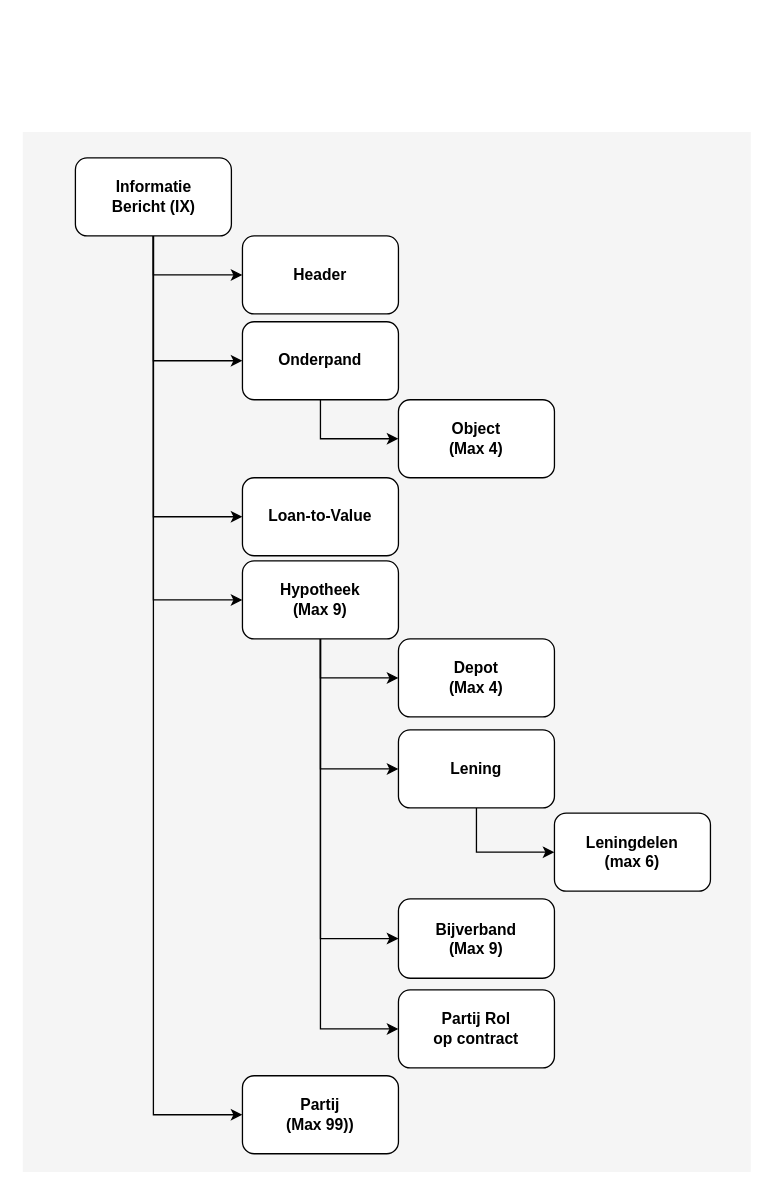
This is page "Voorstel" (5 of 20) of 3rdPartyDatasharing-HDN-IA-IX.drawio from luchthandel/diagrams, a draw.io file, before an edit. Source tidied: cells renumbered, new cells numbered last; positions are measured from the earlier drawing's top-left corner, leaving out a move shared by most shapes. Both pictures are drawn from the tidied source at 130%, with x=0, y=0 at pixel (22, 131).
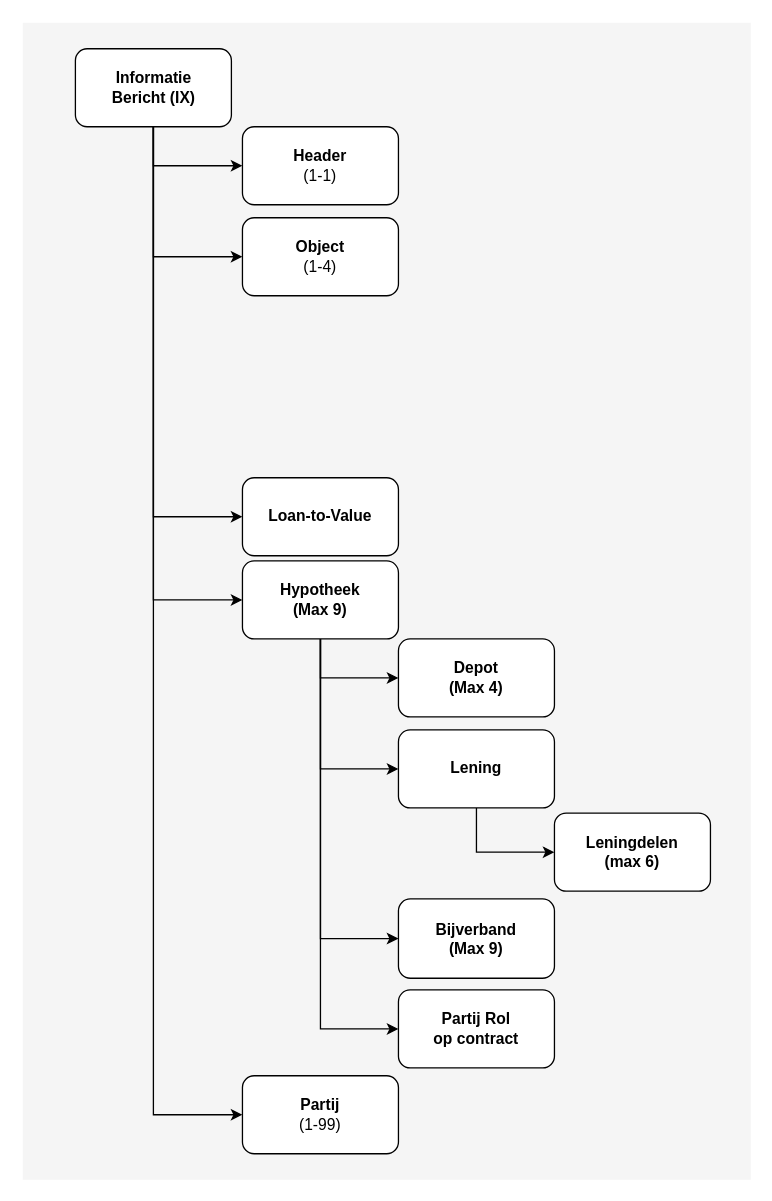
Above is the later version.

Diff of the diagram source:
```diff
@@
     <mxCell id="2" style="rounded=0;whiteSpace=wrap;html=1;fontSize=30;align=right;fillColor=#f5f5f5;strokeColor=none;fontColor=#333333;" parent="1" vertex="1">
-      <mxGeometry width="560" height="800" as="geometry" />
+      <mxGeometry y="-84" width="560" height="890" as="geometry" />
     </mxCell>
@@
-    <mxCell id="8" style="edgeStyle=orthogonalEdgeStyle;rounded=0;jettySize=auto;html=1;exitX=0.5;exitY=1;exitDx=0;exitDy=0;entryX=0;entryY=0.5;entryDx=0;entryDy=0;" parent="1" edge="1" source="12" target="15">
-      <mxGeometry relative="1" as="geometry" />
+    <mxCell id="8" style="edgeStyle=orthogonalEdgeStyle;rounded=0;jettySize=auto;html=1;exitX=0.5;exitY=1;exitDx=0;exitDy=0;" parent="1" edge="1" source="12">
+      <mxGeometry relative="1" as="geometry">
+        <mxPoint x="169" y="96" as="targetPoint" />
+        <Array as="points">
+          <mxPoint x="101" y="96" />
+        </Array>
+      </mxGeometry>
     </mxCell>
@@
     <mxCell id="12" value="Informatie&lt;br&gt;Bericht (IX)" style="rounded=1;whiteSpace=wrap;html=1;fontStyle=1;" parent="1" vertex="1">
-      <mxGeometry x="40.5" y="20" width="120" height="60" as="geometry" />
+      <mxGeometry x="40.5" y="-64" width="120" height="60" as="geometry" />
     </mxCell>
@@
-    <mxCell id="14" style="edgeStyle=orthogonalEdgeStyle;rounded=0;jettySize=auto;html=1;exitX=0.5;exitY=1;exitDx=0;exitDy=0;entryX=0;entryY=0.5;entryDx=0;entryDy=0;" parent="1" edge="1" source="15" target="25">
-      <mxGeometry relative="1" as="geometry" />
-    </mxCell>
-    <mxCell id="15" value="&lt;b&gt;Onderpand&lt;br&gt;&lt;/b&gt;" style="rounded=1;whiteSpace=wrap;html=1;" parent="1" vertex="1">
-      <mxGeometry x="169" y="146" width="120" height="60" as="geometry" />
-    </mxCell>
-    <mxCell id="16" value="Header" style="rounded=1;whiteSpace=wrap;html=1;fontStyle=1;" parent="1" vertex="1">
-      <mxGeometry x="169" y="80" width="120" height="60" as="geometry" />
+    <mxCell id="16" value="Header&lt;br&gt;&lt;span style=&quot;font-weight: 400&quot;&gt;(1-1)&lt;/span&gt;" style="rounded=1;whiteSpace=wrap;html=1;fontStyle=1;" parent="1" vertex="1">
+      <mxGeometry x="169" y="-4" width="120" height="60" as="geometry" />
     </mxCell>
@@
-    <mxCell id="18" value="Partij&lt;br&gt;(Max 99))" style="rounded=1;whiteSpace=wrap;html=1;fontStyle=1;" parent="1" vertex="1">
+    <mxCell id="18" value="Partij&lt;br&gt;&lt;span style=&quot;font-weight: normal&quot;&gt;(1-99)&lt;/span&gt;" style="rounded=1;whiteSpace=wrap;html=1;fontStyle=1;" parent="1" vertex="1">
       <mxGeometry x="169" y="726" width="120" height="60" as="geometry" />
     </mxCell>
@@
-    <mxCell id="25" value="&lt;b&gt;Object&lt;br&gt;(Max 4)&lt;br&gt;&lt;/b&gt;" style="rounded=1;whiteSpace=wrap;html=1;" parent="1" vertex="1">
-      <mxGeometry x="289" y="206" width="120" height="60" as="geometry" />
+    <mxCell id="25" value="&lt;b&gt;Object&lt;br&gt;&lt;/b&gt;(1-4)&lt;b&gt;&lt;br&gt;&lt;/b&gt;" style="rounded=1;whiteSpace=wrap;html=1;" parent="1" vertex="1">
+      <mxGeometry x="169" y="66" width="120" height="60" as="geometry" />
     </mxCell>
```
